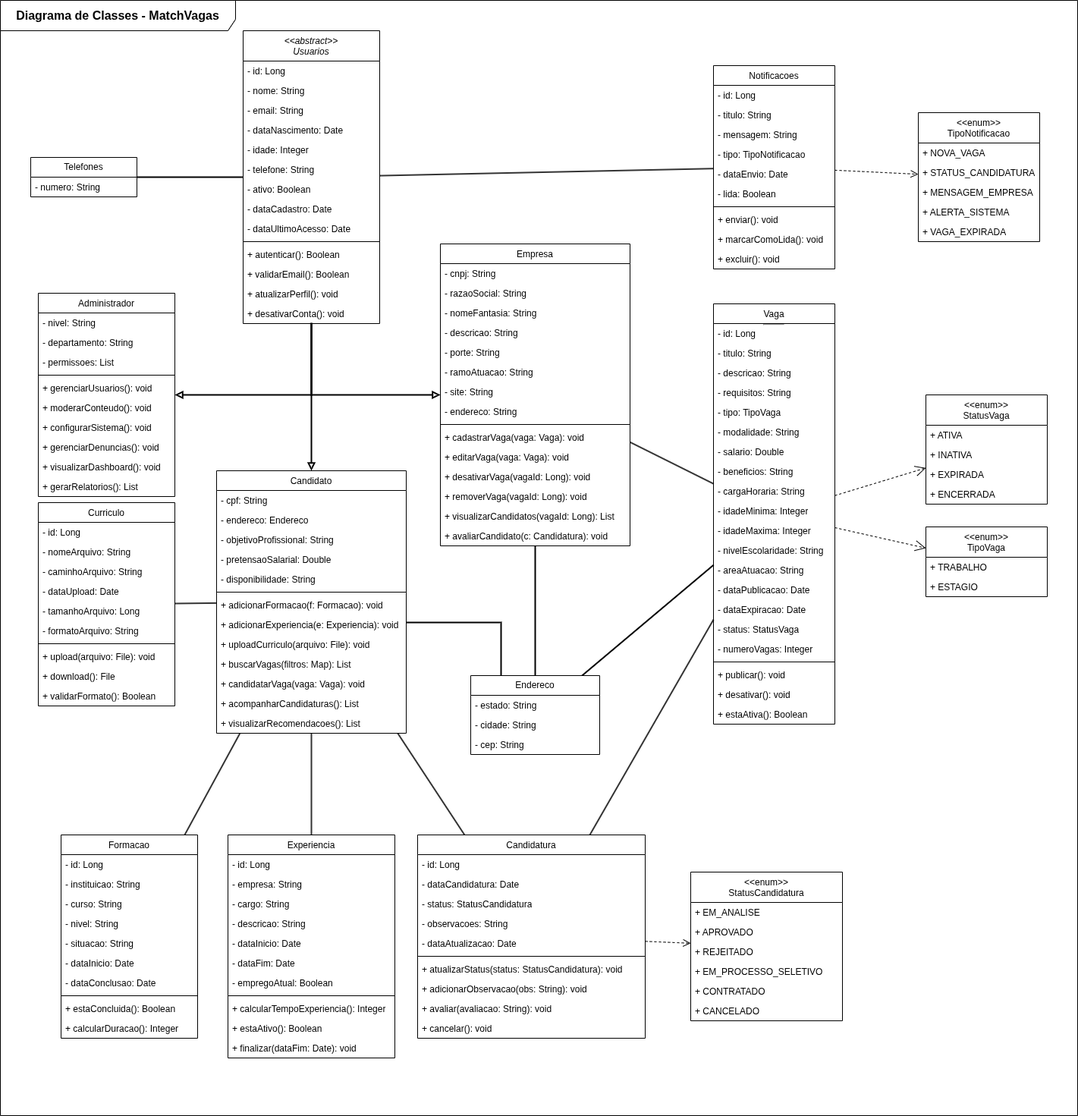
This is Diagramas/Diagrama de Classes/Diagrama de Classes.png from MatchVagas/Documentation, a draw.io export, as it was before one commit. Source tidied: cells renumbered, new cells last; positions are measured from the earlier drawing's top-left corner, leaving out a move shared by most shapes.
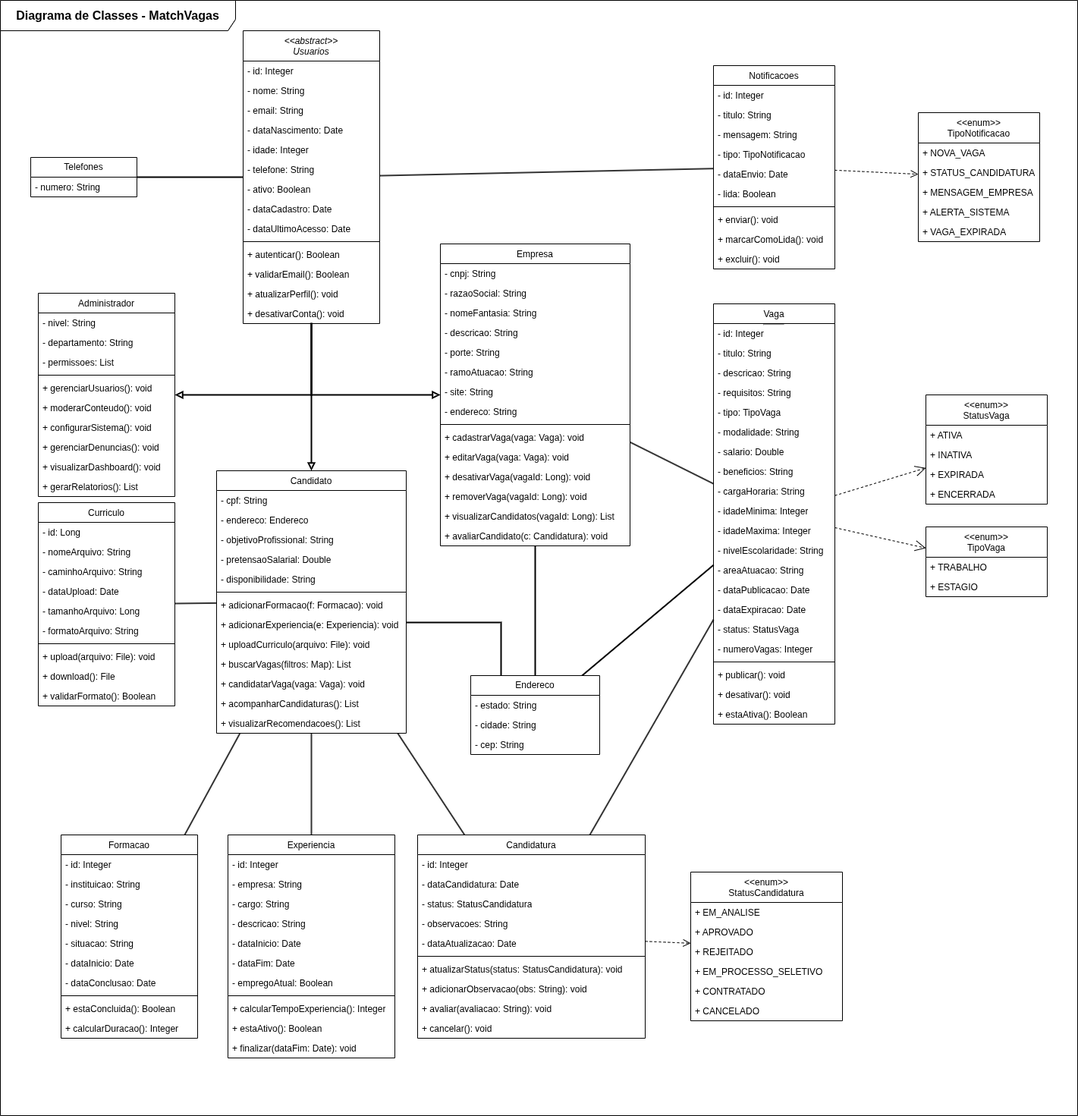
The same file after the commit.

Commit message:
Atualização do diagrama de classes

Diff of the diagram source:
```diff
@@ -35,9 +35,9 @@
     <mxCell id="12" value="&lt;span style=&quot;text-align: left;&quot;&gt;&lt;font style=&quot;color: rgb(0, 0, 0);&quot;&gt;Vaga&lt;/font&gt;&lt;/span&gt;&lt;hr style=&quot;text-align: left;&quot;&gt;&lt;br&gt;&lt;span style=&quot;text-align: left;&quot;&gt;&lt;/span&gt;" style="swimlane;fontStyle=0;align=center;verticalAlign=top;horizontal=1;startSize=26;whiteSpace=wrap;html=1;" parent="1" vertex="1">
       <mxGeometry x="940" y="400" width="160" height="554" as="geometry" />
     </mxCell>
-    <mxCell id="13" value="- id: Long" style="text;strokeColor=none;fillColor=none;align=left;verticalAlign=top;spacingLeft=4;spacingRight=4;overflow=hidden;whiteSpace=wrap;html=1;" parent="12" vertex="1">
-      <mxGeometry y="26" width="160" height="26" as="geometry" />
-    </mxCell>
+    <mxCell id="182" value="- id: Integer" style="text;strokeColor=none;fillColor=none;align=left;verticalAlign=top;spacingLeft=4;spacingRight=4;overflow=hidden;whiteSpace=wrap;html=1;" parent="12" vertex="1">
+      <mxGeometry y="26" width="160" height="26" as="geometry" />
+    </mxCell>
     <mxCell id="14" value="- titulo: String" style="text;strokeColor=none;fillColor=none;align=left;verticalAlign=top;spacingLeft=4;spacingRight=4;overflow=hidden;whiteSpace=wrap;html=1;" parent="12" vertex="1">
       <mxGeometry y="52" width="160" height="26" as="geometry" />
     </mxCell>
@@ -131,9 +131,9 @@
     <mxCell id="44" value="&lt;span style=&quot;text-align: left;&quot;&gt;&lt;font style=&quot;color: rgb(0, 0, 0);&quot;&gt;Candidatura&lt;/font&gt;&lt;/span&gt;&lt;br&gt;&lt;span style=&quot;text-align: left;&quot;&gt;&lt;/span&gt;" style="swimlane;fontStyle=0;align=center;verticalAlign=top;horizontal=1;startSize=26;whiteSpace=wrap;html=1;" parent="1" vertex="1">
       <mxGeometry x="550" y="1100" width="300" height="268" as="geometry" />
     </mxCell>
-    <mxCell id="45" value="- id: Long" style="text;strokeColor=none;fillColor=none;align=left;verticalAlign=top;spacingLeft=4;spacingRight=4;overflow=hidden;whiteSpace=wrap;html=1;" parent="44" vertex="1">
-      <mxGeometry y="26" width="300" height="26" as="geometry" />
-    </mxCell>
+    <mxCell id="183" value="- id: Integer" style="text;strokeColor=none;fillColor=none;align=left;verticalAlign=top;spacingLeft=4;spacingRight=4;overflow=hidden;whiteSpace=wrap;html=1;" parent="44" vertex="1">
+      <mxGeometry y="26" width="300" height="26" as="geometry" />
+    </mxCell>
     <mxCell id="46" value="- dataCandidatura: Date" style="text;strokeColor=none;fillColor=none;align=left;verticalAlign=top;spacingLeft=4;spacingRight=4;overflow=hidden;whiteSpace=wrap;html=1;" parent="44" vertex="1">
       <mxGeometry y="52" width="300" height="26" as="geometry" />
     </mxCell>
@@ -185,9 +185,9 @@
     <mxCell id="62" value="&lt;span style=&quot;text-align: left;&quot;&gt;&lt;font style=&quot;color: rgb(0, 0, 0);&quot;&gt;Experiencia&lt;/font&gt;&lt;/span&gt;&lt;br&gt;&lt;span style=&quot;text-align: left;&quot;&gt;&lt;/span&gt;&lt;span style=&quot;text-align: left;&quot;&gt;&lt;/span&gt;" style="swimlane;fontStyle=0;align=center;verticalAlign=top;horizontal=1;startSize=26;whiteSpace=wrap;html=1;" parent="1" vertex="1">
       <mxGeometry x="300" y="1100" width="220" height="294" as="geometry" />
     </mxCell>
-    <mxCell id="63" value="- id: Long" style="text;strokeColor=none;fillColor=none;align=left;verticalAlign=top;spacingLeft=4;spacingRight=4;overflow=hidden;whiteSpace=wrap;html=1;" parent="62" vertex="1">
-      <mxGeometry y="26" width="220" height="26" as="geometry" />
-    </mxCell>
+    <mxCell id="184" value="- id: Integer" style="text;strokeColor=none;fillColor=none;align=left;verticalAlign=top;spacingLeft=4;spacingRight=4;overflow=hidden;whiteSpace=wrap;html=1;" parent="62" vertex="1">
+      <mxGeometry y="26" width="220" height="26" as="geometry" />
+    </mxCell>
     <mxCell id="64" value="- empresa: String" style="text;strokeColor=none;fillColor=none;align=left;verticalAlign=top;spacingLeft=4;spacingRight=4;overflow=hidden;whiteSpace=wrap;html=1;" parent="62" vertex="1">
       <mxGeometry y="52" width="220" height="26" as="geometry" />
     </mxCell>
@@ -221,9 +221,9 @@
     <mxCell id="74" value="&lt;span style=&quot;text-align: left;&quot;&gt;&lt;font style=&quot;color: rgb(0, 0, 0);&quot;&gt;Formacao&lt;/font&gt;&lt;/span&gt;&lt;br&gt;&lt;span style=&quot;text-align: left;&quot;&gt;&lt;/span&gt;&lt;span style=&quot;text-align: left;&quot;&gt;&lt;/span&gt;&lt;span style=&quot;text-align: left;&quot;&gt;&lt;/span&gt;" style="swimlane;fontStyle=0;align=center;verticalAlign=top;horizontal=1;startSize=26;whiteSpace=wrap;html=1;" parent="1" vertex="1">
       <mxGeometry x="80" y="1100" width="180" height="268" as="geometry" />
     </mxCell>
-    <mxCell id="75" value="- id: Long" style="text;strokeColor=none;fillColor=none;align=left;verticalAlign=top;spacingLeft=4;spacingRight=4;overflow=hidden;whiteSpace=wrap;html=1;" parent="74" vertex="1">
-      <mxGeometry y="26" width="180" height="26" as="geometry" />
-    </mxCell>
+    <mxCell id="185" value="- id: Integer" style="text;strokeColor=none;fillColor=none;align=left;verticalAlign=top;spacingLeft=4;spacingRight=4;overflow=hidden;whiteSpace=wrap;html=1;" parent="74" vertex="1">
+      <mxGeometry y="26" width="180" height="26" as="geometry" />
+    </mxCell>
     <mxCell id="76" value="- instituicao: String" style="text;strokeColor=none;fillColor=none;align=left;verticalAlign=top;spacingLeft=4;spacingRight=4;overflow=hidden;whiteSpace=wrap;html=1;" parent="74" vertex="1">
       <mxGeometry y="52" width="180" height="26" as="geometry" />
     </mxCell>
@@ -362,7 +362,7 @@
     <mxCell id="121" value="&lt;span style=&quot;text-align: left; font-weight: normal;&quot;&gt;&lt;i style=&quot;&quot;&gt;&amp;lt;&amp;lt;abstract&amp;gt;&amp;gt;&lt;/i&gt;&lt;/span&gt;&lt;div&gt;&lt;span style=&quot;text-align: left; font-weight: normal;&quot;&gt;&lt;i style=&quot;&quot;&gt;Usuarios&lt;/i&gt;&lt;/span&gt;&lt;/div&gt;" style="swimlane;fontStyle=1;align=center;verticalAlign=top;horizontal=1;startSize=40;whiteSpace=wrap;html=1;" parent="1" vertex="1">
       <mxGeometry x="320" y="40" width="180" height="386" as="geometry" />
     </mxCell>
-    <mxCell id="122" value="- id: Long" style="text;strokeColor=none;fillColor=none;align=left;verticalAlign=top;spacingLeft=4;spacingRight=4;overflow=hidden;whiteSpace=wrap;html=1;" parent="121" vertex="1">
+    <mxCell id="122" value="- id: Integer" style="text;strokeColor=none;fillColor=none;align=left;verticalAlign=top;spacingLeft=4;spacingRight=4;overflow=hidden;whiteSpace=wrap;html=1;" parent="121" vertex="1">
       <mxGeometry y="40" width="180" height="26" as="geometry" />
     </mxCell>
     <mxCell id="123" value="- nome: String" style="text;strokeColor=none;fillColor=none;align=left;verticalAlign=top;spacingLeft=4;spacingRight=4;overflow=hidden;whiteSpace=wrap;html=1;" parent="121" vertex="1">
@@ -455,9 +455,9 @@
     <mxCell id="152" value="&lt;span style=&quot;text-align: left; font-weight: normal;&quot;&gt;&lt;font style=&quot;color: rgb(0, 0, 0);&quot;&gt;Notificacoes&lt;/font&gt;&lt;/span&gt;&lt;span style=&quot;font-weight: 400; text-align: left;&quot;&gt;&lt;/span&gt;" style="swimlane;fontStyle=1;align=center;verticalAlign=top;horizontal=1;startSize=26;whiteSpace=wrap;html=1;" parent="1" vertex="1">
       <mxGeometry x="940" y="86" width="160" height="268" as="geometry" />
     </mxCell>
-    <mxCell id="153" value="- id: Long" style="text;strokeColor=none;fillColor=none;align=left;verticalAlign=top;spacingLeft=4;spacingRight=4;overflow=hidden;whiteSpace=wrap;html=1;" parent="152" vertex="1">
-      <mxGeometry y="26" width="160" height="26" as="geometry" />
-    </mxCell>
+    <mxCell id="186" value="- id: Integer" style="text;strokeColor=none;fillColor=none;align=left;verticalAlign=top;spacingLeft=4;spacingRight=4;overflow=hidden;whiteSpace=wrap;html=1;" parent="152" vertex="1">
+      <mxGeometry y="26" width="160" height="26" as="geometry" />
+    </mxCell>
     <mxCell id="154" value="- titulo: String" style="text;strokeColor=none;fillColor=none;align=left;verticalAlign=top;spacingLeft=4;spacingRight=4;overflow=hidden;whiteSpace=wrap;html=1;" parent="152" vertex="1">
       <mxGeometry y="52" width="160" height="26" as="geometry" />
     </mxCell>
```
